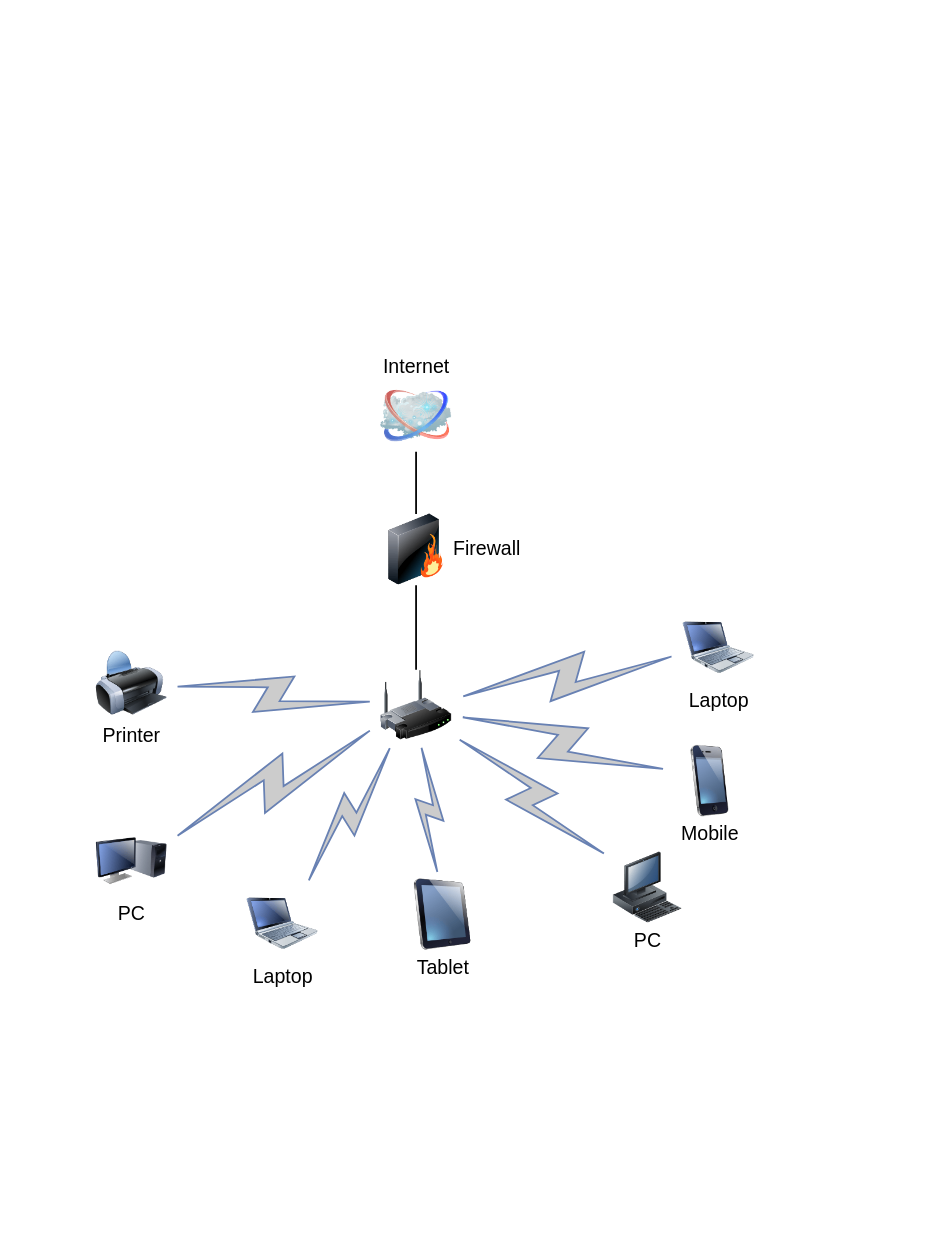
Earlier version of the draw.io diagram Untitled Diagram.drawio (utente10/elaborato-esame-). Source tidied: cells renumbered, new cells numbered last; positions are measured from the earlier drawing's top-left corner, leaving out a move shared by most shapes. Both pictures are drawn from the tidied source at 89%, with x=0, y=0 at pixel (95, 380).
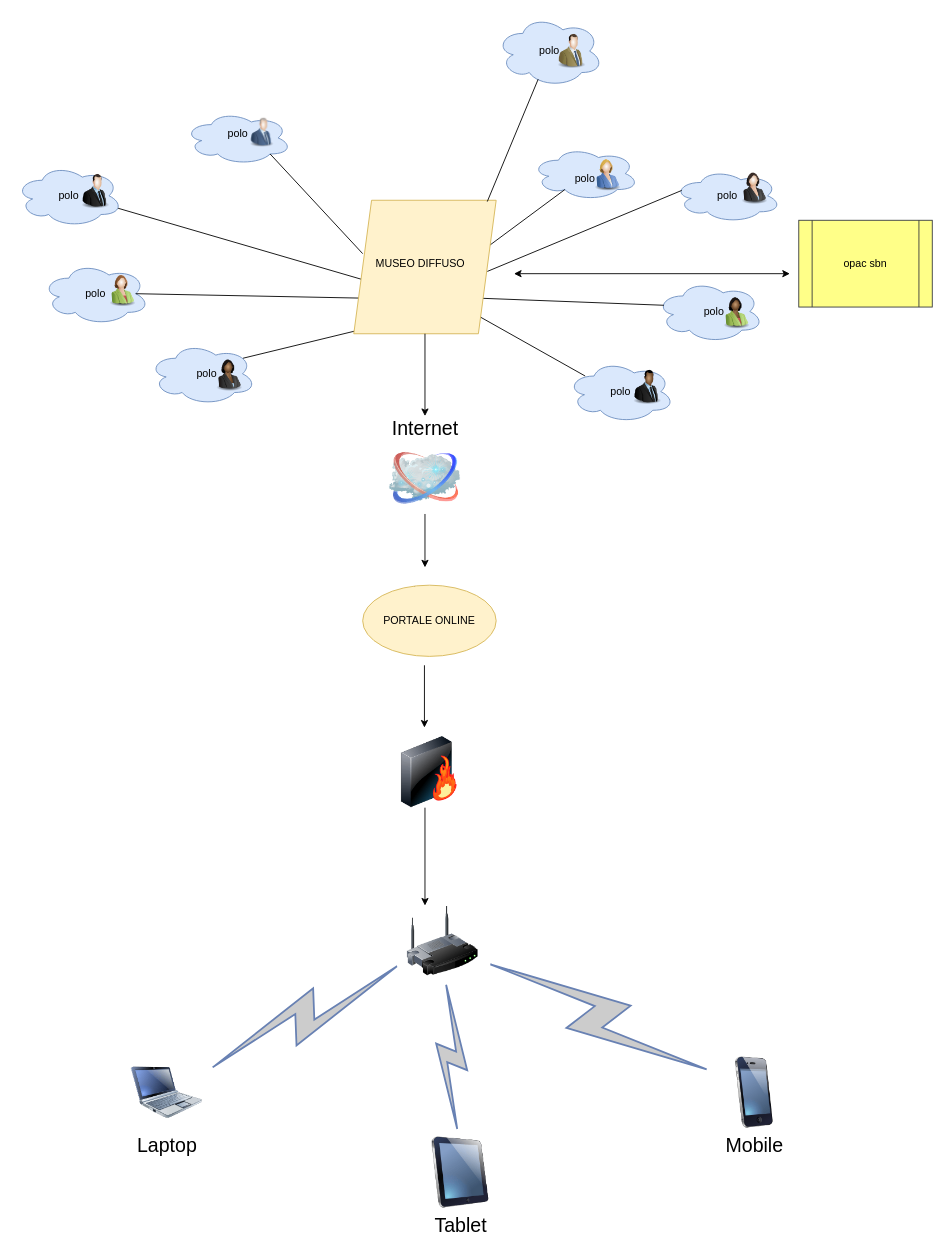
After the change.

Change to the diagram source:
```diff
@@
-    <mxCell id="2" style="edgeStyle=none;rounded=0;html=1;labelBackgroundColor=none;endArrow=none;strokeWidth=2;fontFamily=Verdana;fontSize=22;" parent="1" edge="1" source="3" target="6">
-      <mxGeometry relative="1" as="geometry" />
-    </mxCell>
     <mxCell id="3" style="image;html=1;labelBackgroundColor=#ffffff;image=img/lib/clip_art/networking/Wireless_Router_128x128.png;rounded=1;shadow=0;comic=0;strokeWidth=2;fontSize=22;" parent="1" vertex="1">
-      <mxGeometry x="320" y="325" width="80" height="80" as="geometry" />
+      <mxGeometry x="350" y="590" width="80" height="80" as="geometry" />
     </mxCell>
     <mxCell id="4" value="Internet" style="image;html=1;labelBackgroundColor=#ffffff;image=img/lib/clip_art/networking/Cloud_128x128.png;rounded=1;shadow=0;comic=0;strokeWidth=2;fontSize=22;labelPosition=center;verticalLabelPosition=top;align=center;verticalAlign=bottom;" parent="1" vertex="1">
-      <mxGeometry x="320" width="80" height="80" as="geometry" />
+      <mxGeometry x="330" y="70" width="80" height="80" as="geometry" />
     </mxCell>
-    <mxCell id="5" style="edgeStyle=none;rounded=0;html=1;labelBackgroundColor=none;endArrow=none;strokeWidth=2;fontFamily=Verdana;fontSize=22;" parent="1" edge="1" source="6" target="4">
-      <mxGeometry relative="1" as="geometry" />
-    </mxCell>
-    <mxCell id="6" value="Firewall" style="image;html=1;labelBackgroundColor=#ffffff;image=img/lib/clip_art/networking/Firewall_128x128.png;rounded=1;shadow=0;comic=0;strokeWidth=2;fontSize=22;labelPosition=right;verticalLabelPosition=middle;align=left;verticalAlign=middle;" parent="1" vertex="1">
-      <mxGeometry x="320" y="150" width="80" height="80" as="geometry" />
-    </mxCell>
     <mxCell id="7" value="Tablet" style="image;html=1;labelBackgroundColor=#ffffff;image=img/lib/clip_art/computers/iPad_128x128.png;rounded=1;shadow=0;comic=0;strokeWidth=2;fontSize=22;" parent="1" vertex="1">
-      <mxGeometry x="350" y="560" width="80" height="80" as="geometry" />
+      <mxGeometry x="370" y="850" width="80" height="80" as="geometry" />
     </mxCell>
-    <mxCell id="8" value="PC" style="image;html=1;labelBackgroundColor=#ffffff;image=img/lib/clip_art/computers/Monitor_Tower_128x128.png;rounded=1;shadow=0;comic=0;strokeWidth=2;fontSize=22;" parent="1" vertex="1">
-      <mxGeometry y="500" width="80" height="80" as="geometry" />
-    </mxCell>
-    <mxCell id="9" value="Printer" style="image;html=1;labelBackgroundColor=#ffffff;image=img/lib/clip_art/computers/Printer_128x128.png;rounded=1;shadow=0;comic=0;strokeWidth=2;fontSize=22;" parent="1" vertex="1">
-      <mxGeometry y="300" width="80" height="80" as="geometry" />
-    </mxCell>
-    <mxCell id="10" value="PC" style="image;html=1;labelBackgroundColor=#ffffff;image=img/lib/clip_art/computers/Workstation_128x128.png;rounded=1;shadow=0;comic=0;strokeWidth=2;fontSize=22;" parent="1" vertex="1">
-      <mxGeometry x="580" y="530" width="80" height="80" as="geometry" />
-    </mxCell>
     <mxCell id="11" value="Mobile" style="image;html=1;labelBackgroundColor=#ffffff;image=img/lib/clip_art/telecommunication/iPhone_128x128.png;rounded=1;shadow=0;comic=0;strokeWidth=2;fontSize=22;" parent="1" vertex="1">
-      <mxGeometry x="650" y="410" width="80" height="80" as="geometry" />
+      <mxGeometry x="700" y="760" width="80" height="80" as="geometry" />
     </mxCell>
-    <mxCell id="12" value="Laptop" style="image;html=1;labelBackgroundColor=#ffffff;image=img/lib/clip_art/computers/Netbook_128x128.png;rounded=1;shadow=0;comic=0;strokeColor=#000000;strokeWidth=2;fillColor=#FFFFFF;fontSize=22;fontColor=#000000;" parent="1" vertex="1">
-      <mxGeometry x="660" y="260" width="80" height="80" as="geometry" />
-    </mxCell>
     <mxCell id="13" value="Laptop" style="image;html=1;labelBackgroundColor=#ffffff;image=img/lib/clip_art/computers/Netbook_128x128.png;rounded=1;shadow=0;comic=0;strokeWidth=2;fontSize=22;" parent="1" vertex="1">
-      <mxGeometry x="170" y="570" width="80" height="80" as="geometry" />
+      <mxGeometry x="40" y="760" width="80" height="80" as="geometry" />
     </mxCell>
-    <mxCell id="14" style="html=1;fillColor=#CCCCCC;strokeColor=#6881B3;gradientColor=none;gradientDirection=north;strokeWidth=2;shape=mxgraph.networks.comm_link_edge;html=1;labelBackgroundColor=none;endArrow=none;fontFamily=Verdana;fontSize=22;fontColor=#000000;" parent="1" edge="1" source="9" target="3">
-      <mxGeometry relative="1" as="geometry" />
-    </mxCell>
-    <mxCell id="15" style="html=1;fillColor=#CCCCCC;strokeColor=#6881B3;gradientColor=none;gradientDirection=north;strokeWidth=2;shape=mxgraph.networks.comm_link_edge;html=1;labelBackgroundColor=none;endArrow=none;fontFamily=Verdana;fontSize=22;fontColor=#000000;fontStyle=1;" parent="1" edge="1" source="8" target="3">
-      <mxGeometry relative="1" as="geometry" />
-    </mxCell>
@@
-    <mxCell id="18" style="html=1;fillColor=#CCCCCC;strokeColor=#6881B3;gradientColor=none;gradientDirection=north;strokeWidth=2;shape=mxgraph.networks.comm_link_edge;html=1;labelBackgroundColor=none;endArrow=none;fontFamily=Verdana;fontSize=22;fontColor=#000000;" parent="1" edge="1" source="10" target="3">
-      <mxGeometry relative="1" as="geometry" />
-    </mxCell>
@@
-    <mxCell id="20" style="html=1;fillColor=#CCCCCC;strokeColor=#6881B3;gradientColor=none;gradientDirection=north;strokeWidth=2;shape=mxgraph.networks.comm_link_edge;html=1;labelBackgroundColor=none;endArrow=none;fontFamily=Verdana;fontSize=22;fontColor=#000000;" parent="1" edge="1" source="12" target="3">
-      <mxGeometry relative="1" as="geometry" />
-    </mxCell>
+    <mxCell id="21" style="endArrow=none;html=1;startArrow=none;" parent="1" edge="1" source="22">
+      <mxGeometry relative="1" as="geometry">
+        <mxPoint x="359.3" y="235" as="targetPoint" />
+      </mxGeometry>
+    </mxCell>
+    <mxCell id="22" style="ellipse;whiteSpace=wrap;html=1;fillColor=#fff2cc;strokeColor=#d6b656;" parent="1" vertex="1">
+      <mxGeometry x="300" y="230" width="150" height="80" as="geometry" />
+    </mxCell>
+    <mxCell id="23" value="PORTALE ONLINE&lt;br&gt;" style="text;html=1;strokeColor=none;fillColor=none;align=center;verticalAlign=middle;whiteSpace=wrap;rounded=0;" parent="1" vertex="1">
+      <mxGeometry x="305" y="240" width="140" height="60" as="geometry" />
+    </mxCell>
+    <mxCell id="24" style="ellipse;shape=cloud;whiteSpace=wrap;html=1;fillColor=#dae8fc;strokeColor=#6c8ebf;" parent="1" vertex="1">
+      <mxGeometry x="-90" y="-242.5" width="120" height="70" as="geometry" />
+    </mxCell>
+    <mxCell id="25" style="ellipse;shape=cloud;whiteSpace=wrap;html=1;fillColor=#dae8fc;strokeColor=#6c8ebf;" parent="1" vertex="1">
+      <mxGeometry x="-60" y="-132.5" width="120" height="70" as="geometry" />
+    </mxCell>
+    <mxCell id="26" style="ellipse;shape=cloud;whiteSpace=wrap;html=1;fillColor=#dae8fc;strokeColor=#6c8ebf;" parent="1" vertex="1">
+      <mxGeometry x="100" y="-302.5" width="120" height="60" as="geometry" />
+    </mxCell>
+    <mxCell id="27" style="ellipse;shape=cloud;whiteSpace=wrap;html=1;fillColor=#dae8fc;strokeColor=#6c8ebf;" parent="1" vertex="1">
+      <mxGeometry x="60" y="-42.5" width="120" height="70" as="geometry" />
+    </mxCell>
+    <mxCell id="28" style="ellipse;shape=cloud;whiteSpace=wrap;html=1;fillColor=#dae8fc;strokeColor=#6c8ebf;" parent="1" vertex="1">
+      <mxGeometry x="490" y="-262.5" width="120" height="60" as="geometry" />
+    </mxCell>
+    <mxCell id="29" style="ellipse;shape=cloud;whiteSpace=wrap;html=1;fillColor=#dae8fc;strokeColor=#6c8ebf;" parent="1" vertex="1">
+      <mxGeometry x="650" y="-237.5" width="120" height="60" as="geometry" />
+    </mxCell>
+    <mxCell id="30" style="ellipse;shape=cloud;whiteSpace=wrap;html=1;fillColor=#dae8fc;strokeColor=#6c8ebf;" parent="1" vertex="1">
+      <mxGeometry x="530" y="-22.5" width="120" height="70" as="geometry" />
+    </mxCell>
+    <mxCell id="31" style="ellipse;shape=cloud;whiteSpace=wrap;html=1;fillColor=#dae8fc;strokeColor=#6c8ebf;" parent="1" vertex="1">
+      <mxGeometry x="630" y="-112.5" width="120" height="70" as="geometry" />
+    </mxCell>
+    <mxCell id="32" value="polo" style="text;html=1;strokeColor=none;fillColor=none;align=center;verticalAlign=middle;whiteSpace=wrap;rounded=0;" parent="1" vertex="1">
+      <mxGeometry x="100" y="-22.5" width="50" height="30" as="geometry" />
+    </mxCell>
+    <mxCell id="33" value="polo&lt;br&gt;" style="text;html=1;strokeColor=none;fillColor=none;align=center;verticalAlign=middle;whiteSpace=wrap;rounded=0;" parent="1" vertex="1">
+      <mxGeometry x="-30" y="-112.5" width="60" height="30" as="geometry" />
+    </mxCell>
+    <mxCell id="34" value="polo" style="text;html=1;strokeColor=none;fillColor=none;align=center;verticalAlign=middle;whiteSpace=wrap;rounded=0;" parent="1" vertex="1">
+      <mxGeometry x="-60" y="-222.5" width="60" height="30" as="geometry" />
+    </mxCell>
+    <mxCell id="35" value="polo" style="text;html=1;strokeColor=none;fillColor=none;align=center;verticalAlign=middle;whiteSpace=wrap;rounded=0;" parent="1" vertex="1">
+      <mxGeometry x="130" y="-292.5" width="60" height="30" as="geometry" />
+    </mxCell>
+    <mxCell id="36" value="polo&lt;br&gt;" style="text;html=1;align=center;verticalAlign=middle;whiteSpace=wrap;rounded=0;" parent="1" vertex="1">
+      <mxGeometry x="515" y="-242.5" width="70" height="30" as="geometry" />
+    </mxCell>
+    <mxCell id="37" value="polo" style="text;html=1;align=center;verticalAlign=middle;whiteSpace=wrap;rounded=0;" parent="1" vertex="1">
+      <mxGeometry x="670" y="-222.5" width="80" height="30" as="geometry" />
+    </mxCell>
+    <mxCell id="38" value="polo" style="text;html=1;align=center;verticalAlign=middle;whiteSpace=wrap;rounded=0;" parent="1" vertex="1">
+      <mxGeometry x="660" y="-92.5" width="70" height="30" as="geometry" />
+    </mxCell>
+    <mxCell id="39" style="endArrow=none;html=1;exitX=0.07;exitY=0.4;exitDx=0;exitDy=0;exitPerimeter=0;" parent="1" edge="1" source="31">
+      <mxGeometry relative="1" as="geometry">
+        <mxPoint x="430" y="-92.5" as="targetPoint" />
+      </mxGeometry>
+    </mxCell>
+    <mxCell id="40" style="endArrow=none;html=1;exitX=0.25;exitY=0.25;exitDx=0;exitDy=0;exitPerimeter=0;" parent="1" edge="1">
+      <mxGeometry relative="1" as="geometry">
+        <mxPoint x="550" y="-5" as="sourcePoint" />
+        <mxPoint x="430" y="-72.5" as="targetPoint" />
+      </mxGeometry>
+    </mxCell>
+    <mxCell id="41" style="endArrow=none;html=1;exitX=0.07;exitY=0.4;exitDx=0;exitDy=0;exitPerimeter=0;" parent="1" edge="1" source="29">
+      <mxGeometry relative="1" as="geometry">
+        <mxPoint x="440" y="-122.5" as="targetPoint" />
+      </mxGeometry>
+    </mxCell>
+    <mxCell id="42" style="endArrow=none;html=1;entryX=0.31;entryY=0.8;entryDx=0;entryDy=0;entryPerimeter=0;" parent="1" edge="1" target="28">
+      <mxGeometry relative="1" as="geometry">
+        <mxPoint x="430" y="-142.5" as="sourcePoint" />
+      </mxGeometry>
+    </mxCell>
+    <mxCell id="43" style="endArrow=none;html=1;exitX=0.8;exitY=0.8;exitDx=0;exitDy=0;exitPerimeter=0;" parent="1" edge="1" source="26">
+      <mxGeometry relative="1" as="geometry">
+        <mxPoint x="300" y="-142.5" as="targetPoint" />
+      </mxGeometry>
+    </mxCell>
+    <mxCell id="44" style="endArrow=none;html=1;exitX=0.96;exitY=0.7;exitDx=0;exitDy=0;exitPerimeter=0;entryX=0.054;entryY=0.592;entryDx=0;entryDy=0;entryPerimeter=0;" parent="1" edge="1" source="24" target="47">
+      <mxGeometry relative="1" as="geometry" />
+    </mxCell>
+    <mxCell id="45" style="endArrow=none;html=1;exitX=0.875;exitY=0.5;exitDx=0;exitDy=0;exitPerimeter=0;" parent="1" edge="1" source="25">
+      <mxGeometry relative="1" as="geometry">
+        <mxPoint x="300" y="-92.5" as="targetPoint" />
+      </mxGeometry>
+    </mxCell>
+    <mxCell id="46" style="endArrow=none;html=1;exitX=0.88;exitY=0.25;exitDx=0;exitDy=0;exitPerimeter=0;" parent="1" edge="1" source="27">
+      <mxGeometry relative="1" as="geometry">
+        <mxPoint x="320" y="-62.5" as="targetPoint" />
+      </mxGeometry>
+    </mxCell>
+    <mxCell id="47" style="shape=parallelogram;perimeter=parallelogramPerimeter;whiteSpace=wrap;html=1;fixedSize=1;fillColor=#fff2cc;strokeColor=#d6b656;" parent="1" vertex="1">
+      <mxGeometry x="290" y="-202.5" width="160" height="150" as="geometry" />
+    </mxCell>
+    <mxCell id="48" value="MUSEO DIFFUSO" style="text;html=1;strokeColor=none;fillColor=none;align=center;verticalAlign=middle;whiteSpace=wrap;rounded=0;strokeWidth=3;perimeterSpacing=7;" parent="1" vertex="1">
+      <mxGeometry x="310" y="-192.5" width="110" height="122.5" as="geometry" />
+    </mxCell>
+    <mxCell id="49" style="ellipse;shape=cloud;whiteSpace=wrap;html=1;fillColor=#dae8fc;strokeColor=#6c8ebf;" parent="1" vertex="1">
+      <mxGeometry x="450" y="-410" width="120" height="80" as="geometry" />
+    </mxCell>
+    <mxCell id="50" value="polo" style="text;html=1;strokeColor=none;fillColor=none;align=center;verticalAlign=middle;whiteSpace=wrap;rounded=0;" parent="1" vertex="1">
+      <mxGeometry x="485" y="-387.5" width="50" height="35" as="geometry" />
+    </mxCell>
+    <mxCell id="51" style="endArrow=none;html=1;entryX=0.31;entryY=0.8;entryDx=0;entryDy=0;entryPerimeter=0;" parent="1" edge="1">
+      <mxGeometry relative="1" as="geometry">
+        <mxPoint x="440" y="-201" as="sourcePoint" />
+        <mxPoint x="497.2" y="-338.5" as="targetPoint" />
+      </mxGeometry>
+    </mxCell>
+    <mxCell id="52" value="polo" style="text;html=1;align=center;verticalAlign=middle;whiteSpace=wrap;rounded=0;" parent="1" vertex="1">
+      <mxGeometry x="570" y="2.5" width="40" height="20" as="geometry" />
+    </mxCell>
+    <mxCell id="53" style="shape=process;whiteSpace=wrap;html=1;backgroundOutline=1;fillColor=#ffff88;strokeColor=#36393d;" parent="1" vertex="1">
+      <mxGeometry x="790" y="-180" width="150" height="97.5" as="geometry" />
+    </mxCell>
+    <mxCell id="54" value="opac sbn" style="text;html=1;fillColor=none;align=center;verticalAlign=middle;whiteSpace=wrap;rounded=0;" parent="1" vertex="1">
+      <mxGeometry x="810" y="-166.2" width="110" height="70" as="geometry" />
+    </mxCell>
+    <mxCell id="55" style="endArrow=classic;startArrow=classic;html=1;" parent="1" edge="1">
+      <mxGeometry relative="1" as="geometry">
+        <mxPoint x="470" y="-120" as="sourcePoint" />
+        <mxPoint x="780" y="-120" as="targetPoint" />
+      </mxGeometry>
+    </mxCell>
+    <mxCell id="56" style="endArrow=classic;html=1;" parent="1" edge="1" source="47">
+      <mxGeometry relative="1" as="geometry">
+        <mxPoint x="370" y="40" as="targetPoint" />
+      </mxGeometry>
+    </mxCell>
+    <mxCell id="57" style="endArrow=classic;html=1;exitX=0.5;exitY=1;exitDx=0;exitDy=0;" parent="1" edge="1" source="4">
+      <mxGeometry relative="1" as="geometry">
+        <mxPoint x="370" y="210" as="targetPoint" />
+      </mxGeometry>
+    </mxCell>
+    <mxCell id="58" style="image;html=1;image=img/lib/clip_art/networking/Firewall-page1_128x128.png;strokeWidth=3;" parent="1" vertex="1">
+      <mxGeometry x="335" y="400" width="80" height="80" as="geometry" />
+    </mxCell>
+    <mxCell id="59" style="endArrow=classic;html=1;entryX=0.25;entryY=0;entryDx=0;entryDy=0;" parent="1" edge="1" target="3">
+      <mxGeometry relative="1" as="geometry">
+        <mxPoint x="370" y="480" as="sourcePoint" />
+      </mxGeometry>
+    </mxCell>
+    <mxCell id="60" style="endArrow=classic;html=1;" parent="1" edge="1">
+      <mxGeometry relative="1" as="geometry">
+        <mxPoint x="369.4" y="320" as="sourcePoint" />
+        <mxPoint x="369.4" y="390" as="targetPoint" />
+      </mxGeometry>
+    </mxCell>
+    <mxCell id="61" style="image;html=1;image=img/lib/clip_art/people/Suit_Man_Blue_128x128.png;strokeWidth=3;" parent="1" vertex="1">
+      <mxGeometry x="170" y="-302.5" width="34" height="47.5" as="geometry" />
+    </mxCell>
+    <mxCell id="62" style="image;html=1;image=img/lib/clip_art/people/Suit_Man_128x128.png;strokeWidth=3;" parent="1" vertex="1">
+      <mxGeometry x="-20" y="-237.5" width="40" height="50" as="geometry" />
+    </mxCell>
+    <mxCell id="63" style="image;html=1;image=img/lib/clip_art/people/Suit_Man_Black_128x128.png;strokeWidth=3;" parent="1" vertex="1">
+      <mxGeometry x="600" y="-22.5" width="40" height="60" as="geometry" />
+    </mxCell>
+    <mxCell id="64" style="image;html=1;image=img/lib/clip_art/people/Suit_Man_Green_128x128.png;strokeWidth=3;" parent="1" vertex="1">
+      <mxGeometry x="515" y="-395" width="40" height="50" as="geometry" />
+    </mxCell>
+    <mxCell id="65" style="image;html=1;image=img/lib/clip_art/people/Suit_Woman_Green_128x128.png;strokeWidth=3;" parent="1" vertex="1">
+      <mxGeometry x="10" y="-132.5" width="40" height="60" as="geometry" />
+    </mxCell>
+    <mxCell id="66" style="image;html=1;image=img/lib/clip_art/people/Suit_Woman_Blue_128x128.png;strokeWidth=3;" parent="1" vertex="1">
+      <mxGeometry x="555" y="-262.5" width="40" height="60" as="geometry" />
+    </mxCell>
+    <mxCell id="67" style="image;html=1;image=img/lib/clip_art/people/Suit_Woman_Black_128x128.png;strokeWidth=3;" parent="1" vertex="1">
+      <mxGeometry x="130" y="-42.5" width="40" height="70" as="geometry" />
+    </mxCell>
+    <mxCell id="68" style="image;html=1;image=img/lib/clip_art/people/Suit_Woman_128x128.png;strokeWidth=3;" parent="1" vertex="1">
+      <mxGeometry x="720" y="-257.5" width="40" height="80" as="geometry" />
+    </mxCell>
+    <mxCell id="69" style="image;html=1;image=img/lib/clip_art/people/Suit_Woman_Green_Black_128x128.png;strokeWidth=3;" parent="1" vertex="1">
+      <mxGeometry x="700" y="-107.5" width="40" height="60" as="geometry" />
+    </mxCell>
```
